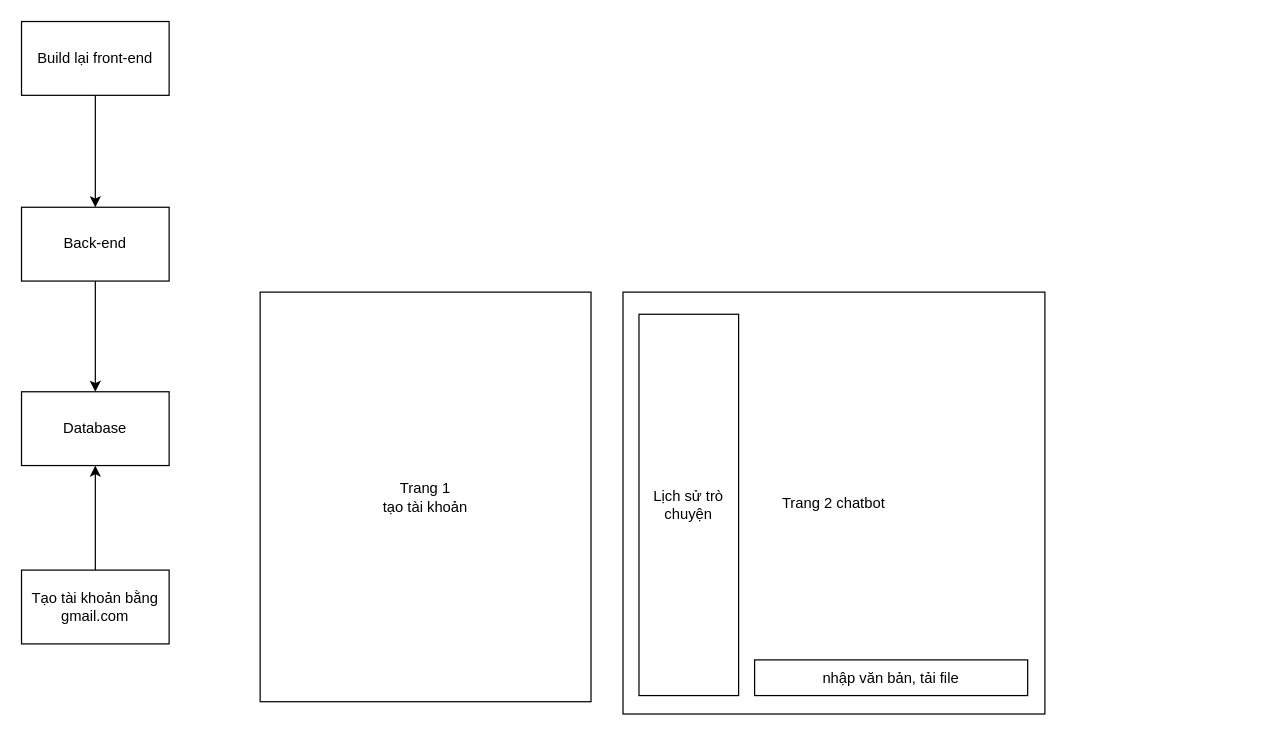
This is page "Ý tưởng thiết kế web(Đức Hải)" (4 of 7) of ID.drawio from PhamVanHung412004/Building_a_physics_problem_solving_system, a draw.io file, before an edit. Source tidied: cells renumbered, new cells numbered last; positions are measured from the earlier drawing's top-left corner, leaving out a move shared by most shapes. Both pictures are drawn from the tidied source at 123%, with x=0, y=0 at pixel (21, 21).
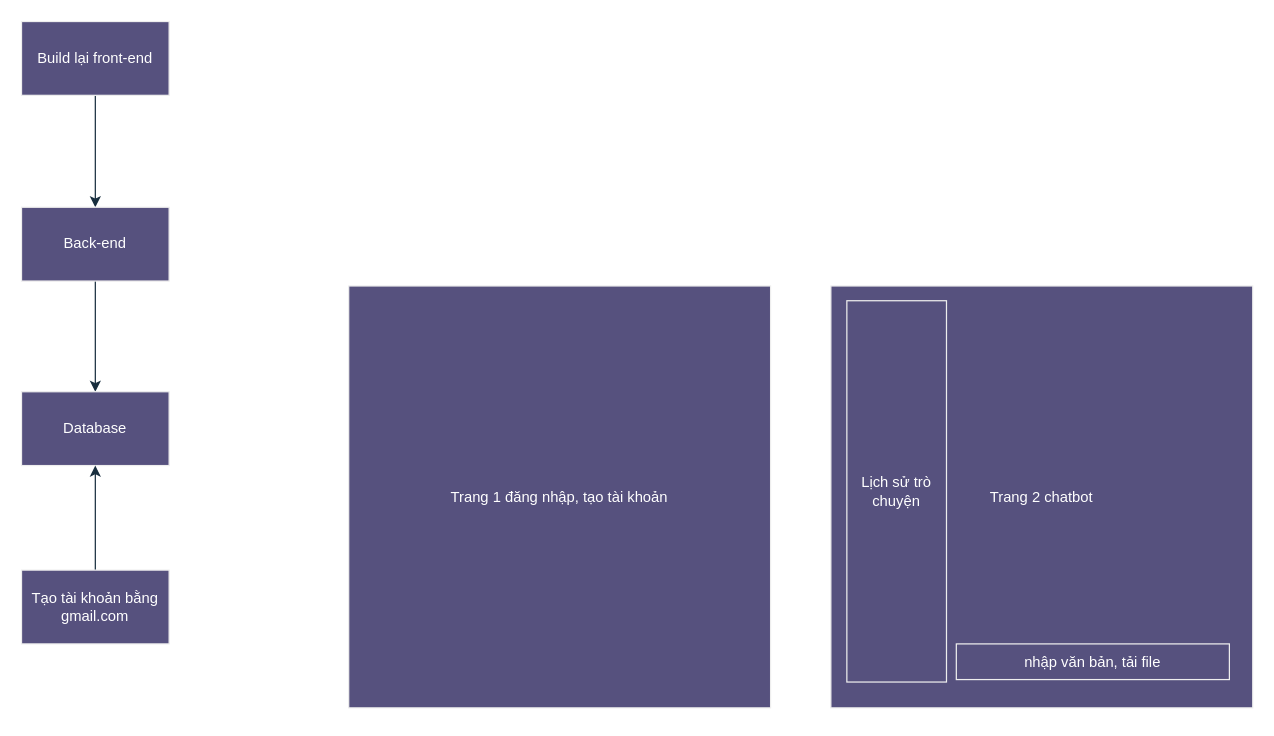
The same page after the edit.

Change to the diagram source:
```diff
@@
 <mxGraphModel>
   <root>
     <mxCell id="0" />
     <mxCell id="1" parent="0" />
-    <mxCell id="2" style="edgeStyle=orthogonalEdgeStyle;rounded=0;jettySize=auto;html=1;entryX=0.5;entryY=0;entryDx=0;entryDy=0;" parent="1" edge="1" source="3" target="5">
+    <mxCell id="2" style="edgeStyle=orthogonalEdgeStyle;rounded=0;jettySize=auto;html=1;entryX=0.5;entryY=0;entryDx=0;entryDy=0;labelBackgroundColor=none;strokeColor=#182E3E;fontColor=default;" parent="1" edge="1" source="3" target="5">
       <mxGeometry relative="1" as="geometry" />
     </mxCell>
-    <mxCell id="3" value="Build lại front-end" style="rounded=0;whiteSpace=wrap;html=1;" parent="1" vertex="1">
+    <mxCell id="3" value="Build lại front-end" style="rounded=0;whiteSpace=wrap;html=1;labelBackgroundColor=none;fillColor=#56517E;strokeColor=#EEEEEE;fontColor=#FFFFFF;" parent="1" vertex="1">
       <mxGeometry width="120" height="60" as="geometry" />
     </mxCell>
-    <mxCell id="4" style="edgeStyle=orthogonalEdgeStyle;rounded=0;jettySize=auto;html=1;" parent="1" edge="1" source="5" target="6">
+    <mxCell id="4" style="edgeStyle=orthogonalEdgeStyle;rounded=0;jettySize=auto;html=1;labelBackgroundColor=none;strokeColor=#182E3E;fontColor=default;" parent="1" edge="1" source="5" target="6">
       <mxGeometry relative="1" as="geometry" />
     </mxCell>
-    <mxCell id="5" value="Back-end" style="rounded=0;whiteSpace=wrap;html=1;" parent="1" vertex="1">
+    <mxCell id="5" value="Back-end" style="rounded=0;whiteSpace=wrap;html=1;labelBackgroundColor=none;fillColor=#56517E;strokeColor=#EEEEEE;fontColor=#FFFFFF;" parent="1" vertex="1">
       <mxGeometry y="151" width="120" height="60" as="geometry" />
     </mxCell>
-    <mxCell id="6" value="Database" style="rounded=0;whiteSpace=wrap;html=1;" parent="1" vertex="1">
+    <mxCell id="6" value="Database" style="rounded=0;whiteSpace=wrap;html=1;labelBackgroundColor=none;fillColor=#56517E;strokeColor=#EEEEEE;fontColor=#FFFFFF;" parent="1" vertex="1">
       <mxGeometry y="301" width="120" height="60" as="geometry" />
     </mxCell>
-    <mxCell id="7" style="edgeStyle=orthogonalEdgeStyle;rounded=0;jettySize=auto;html=1;" parent="1" edge="1" source="8" target="6">
+    <mxCell id="7" style="edgeStyle=orthogonalEdgeStyle;rounded=0;jettySize=auto;html=1;labelBackgroundColor=none;strokeColor=#182E3E;fontColor=default;" parent="1" edge="1" source="8" target="6">
       <mxGeometry relative="1" as="geometry" />
     </mxCell>
-    <mxCell id="8" value="Tạo tài khoản bằng gmail.com" style="rounded=0;whiteSpace=wrap;html=1;" parent="1" vertex="1">
+    <mxCell id="8" value="Tạo tài khoản bằng gmail.com" style="rounded=0;whiteSpace=wrap;html=1;labelBackgroundColor=none;fillColor=#56517E;strokeColor=#EEEEEE;fontColor=#FFFFFF;" parent="1" vertex="1">
       <mxGeometry y="446" width="120" height="60" as="geometry" />
     </mxCell>
-    <mxCell id="9" value="Trang 2 chatbot" style="whiteSpace=wrap;html=1;" parent="1" vertex="1">
-      <mxGeometry x="489" y="220" width="343" height="343" as="geometry" />
+    <mxCell id="9" value="Trang 2 chatbot" style="whiteSpace=wrap;html=1;labelBackgroundColor=none;fillColor=#56517E;strokeColor=#EEEEEE;fontColor=#FFFFFF;" parent="1" vertex="1">
+      <mxGeometry x="658" y="215" width="343" height="343" as="geometry" />
     </mxCell>
-    <mxCell id="10" value="Lịch sử trò chuyện" style="rounded=0;whiteSpace=wrap;html=1;" parent="1" vertex="1">
-      <mxGeometry x="502" y="238" width="81" height="310" as="geometry" />
+    <mxCell id="10" value="Lịch sử trò chuyện" style="rounded=0;whiteSpace=wrap;html=1;labelBackgroundColor=none;fillColor=#56517E;strokeColor=#EEEEEE;fontColor=#FFFFFF;" parent="1" vertex="1">
+      <mxGeometry x="671" y="227" width="81" height="310" as="geometry" />
     </mxCell>
-    <mxCell id="11" value="nhập văn bản, tải file" style="rounded=0;whiteSpace=wrap;html=1;" parent="1" vertex="1">
-      <mxGeometry x="596" y="519" width="222" height="29" as="geometry" />
+    <mxCell id="11" value="nhập văn bản, tải file" style="rounded=0;whiteSpace=wrap;html=1;labelBackgroundColor=none;fillColor=#56517E;strokeColor=#EEEEEE;fontColor=#FFFFFF;" parent="1" vertex="1">
+      <mxGeometry x="760" y="506" width="222" height="29" as="geometry" />
     </mxCell>
-    <mxCell id="12" value="Trang 1&lt;div&gt;tạo tài khoản&lt;/div&gt;" style="rounded=0;whiteSpace=wrap;html=1;" parent="1" vertex="1">
-      <mxGeometry x="194" y="220" width="269" height="333" as="geometry" />
-    </mxCell>
+    <mxCell id="13" value="Trang 1 đăng nhập, tạo tài khoản" style="whiteSpace=wrap;html=1;labelBackgroundColor=none;fillColor=#56517E;strokeColor=#EEEEEE;fontColor=#FFFFFF;" parent="1" vertex="1">
+      <mxGeometry x="266" y="215" width="343" height="343" as="geometry" />
+    </mxCell>
   </root>
 </mxGraphModel>
```
